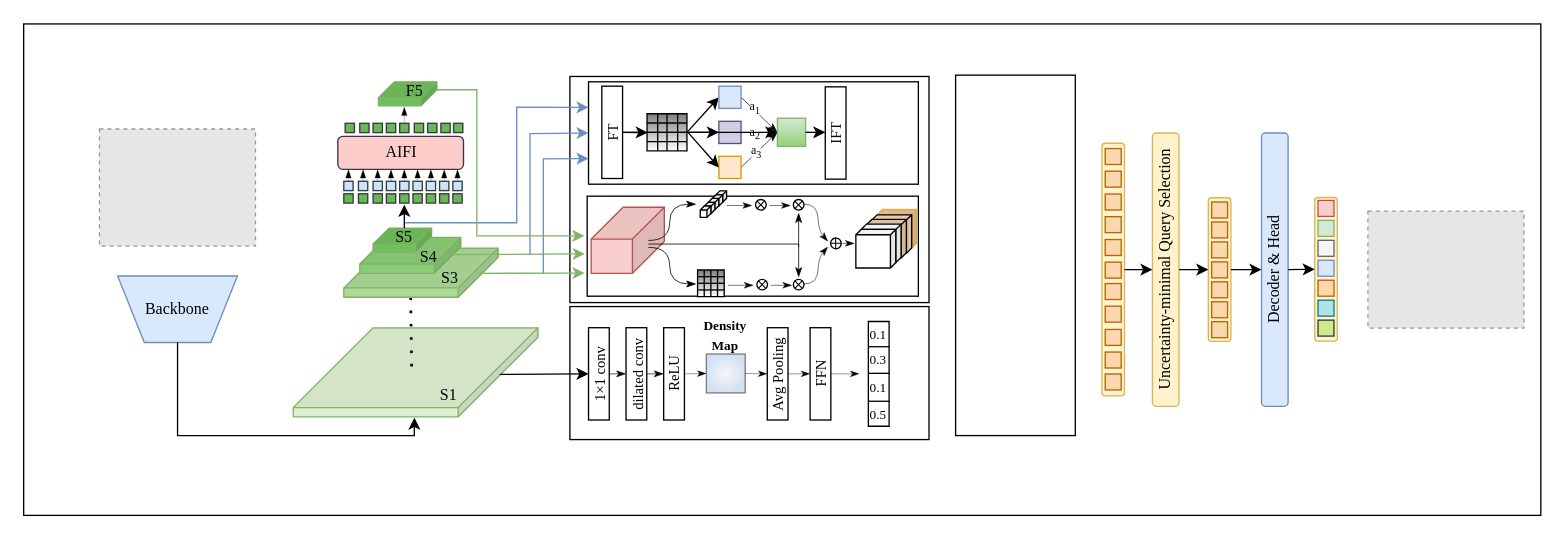
Above: DrawIO_file/毕业论文画图/HDT-DETR.drawio in DingDongZz/typera_PicGO (draw.io), before the change. Source tidied: cells renumbered, new cells numbered last; positions are measured from the earlier drawing's top-left corner, leaving out a move shared by most shapes. Both pictures are drawn from the tidied source at 133%, with x=0, y=0 at pixel (23, 23). Pictures stored in the file or linked from it are replaced by grey dashed boxes.
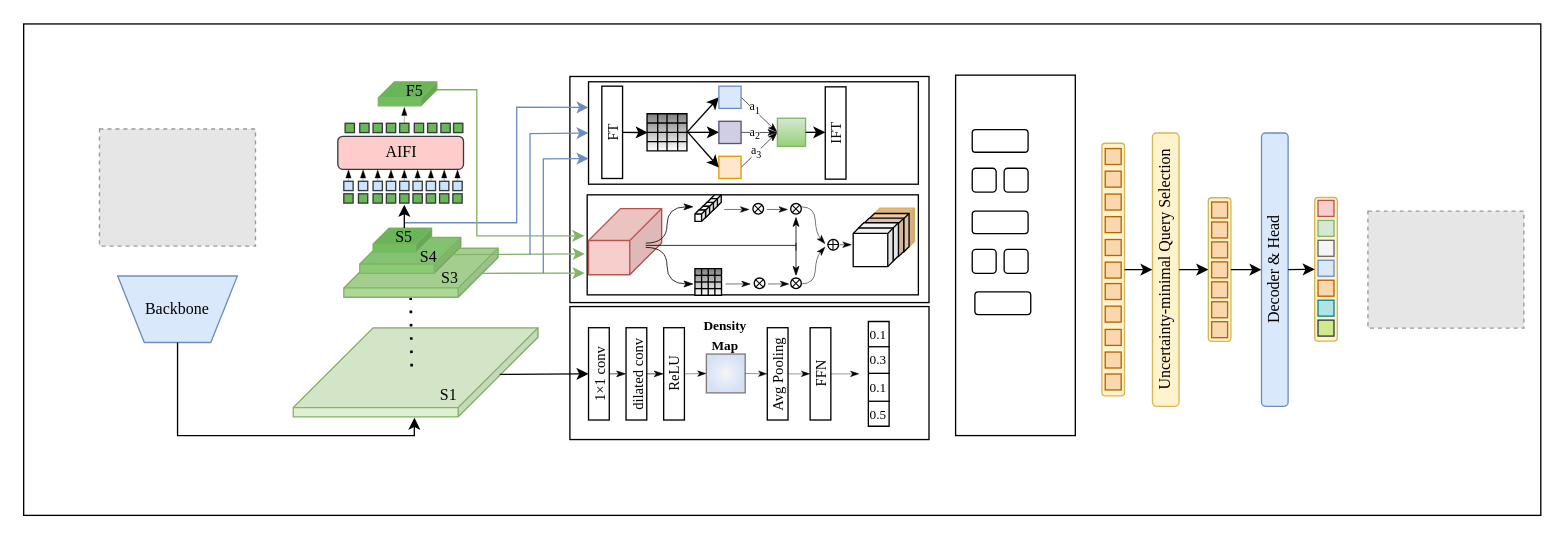
Above is the later version.

Unchanged cells that the change refers to:
```xml
<mxCell id="136" style="group;" parent="1" vertex="1">
  <mxGeometry x="425" y="44" width="248" height="77" as="geometry" />
</mxCell>
<mxCell id="138" value="&lt;p style=&quot;margin: 0px; font-variant-numeric: normal; font-variant-east-asian: normal; font-variant-alternates: normal; font-size-adjust: none; font-kerning: auto; font-optical-sizing: auto; font-feature-settings: normal; font-variation-settings: normal; font-variant-position: normal; font-variant-emoji: normal; font-stretch: normal; line-height: normal; color: rgb(14, 14, 14); text-align: start;&quot; class=&quot;p1&quot;&gt;&lt;font style=&quot;font-size: 11px;&quot; face=&quot;Times New Roman&quot;&gt;FT&lt;/font&gt;&lt;/p&gt;" style="rounded=0;whiteSpace=wrap;html=1;horizontal=0;" parent="136" vertex="1">
  <mxGeometry x="10" y="3.3" width="15.6" height="69.4" as="geometry" />
</mxCell>
<mxCell id="173" style="whiteSpace=wrap;html=1;fontStyle=1;fillColor=#d5e8d4;strokeColor=#82b366;gradientColor=#97d077;" parent="136" vertex="1">
  <mxGeometry x="142" y="27.4" width="21.2" height="21.2" as="geometry" />
</mxCell>
```

What changed in the source:
```diff
@@
     <mxCell id="18" style="rounded=0;whiteSpace=wrap;html=1;" parent="1" vertex="1">
-      <mxGeometry x="424" y="130" width="249" height="75.2" as="geometry" />
+      <mxGeometry x="424" y="129" width="249" height="75.2" as="geometry" />
     </mxCell>
@@
-    <mxCell id="176" style="edgeStyle=orthogonalEdgeStyle;rounded=0;jettySize=auto;html=1;" parent="136" edge="1" source="138" target="173">
-      <mxGeometry relative="1" as="geometry" />
-    </mxCell>
@@
-    <mxCell id="181" style="group;" parent="1" vertex="1">
-      <mxGeometry x="427" y="126" width="245" height="79.5" as="geometry" />
-    </mxCell>
+    <mxCell id="242" style="group;" parent="1" vertex="1">
+      <mxGeometry x="425" y="129" width="245" height="75.5" as="geometry" />
+    </mxCell>
-    <mxCell id="182" style="shape=cube;whiteSpace=wrap;html=1;boundedLbl=1;backgroundOutline=1;darkOpacity=0.05;darkOpacity2=0.1;size=24;flipV=0;flipH=1;fillColor=#f8cecc;strokeColor=#b85450;" parent="181" vertex="1">
-      <mxGeometry y="12.3" width="55" height="49.8" as="geometry" />
+    <mxCell id="182" style="shape=cube;whiteSpace=wrap;html=1;boundedLbl=1;backgroundOutline=1;darkOpacity=0.05;darkOpacity2=0.1;size=24;flipV=0;flipH=1;fillColor=#f8cecc;strokeColor=#b85450;" parent="242" vertex="1">
+      <mxGeometry y="10.3" width="55" height="49.8" as="geometry" />
     </mxCell>
-    <mxCell id="183" style="shape=table;startSize=0;childLayout=tableLayout;fontSize=16;gradientColor=#808080;gradientDirection=north;" parent="181" vertex="1">
-      <mxGeometry x="80" y="59.5" width="20" height="20" as="geometry" />
+    <mxCell id="183" style="shape=table;startSize=0;childLayout=tableLayout;fontSize=16;gradientColor=#808080;gradientDirection=north;" parent="242" vertex="1">
+      <mxGeometry x="80" y="55.5" width="20" height="20" as="geometry" />
     </mxCell>
@@
-    <mxCell id="204" style="group;" parent="181" vertex="1">
-      <mxGeometry x="199" y="14" width="46" height="44" as="geometry" />
+    <mxCell id="204" style="group;" parent="242" vertex="1">
+      <mxGeometry x="199" y="10" width="46" height="44" as="geometry" />
     </mxCell>
@@
-    <mxCell id="210" style="endArrow=classicThin;html=1;rounded=0;edgeStyle=orthogonalEdgeStyle;curved=1;strokeWidth=0.6;strokeColor=default;align=center;verticalAlign=middle;fontFamily=Helvetica;fontSize=11;fontColor=default;labelBackgroundColor=default;endFill=1;" parent="181" edge="1">
+    <mxCell id="210" style="endArrow=classicThin;html=1;rounded=0;edgeStyle=orthogonalEdgeStyle;curved=1;strokeWidth=0.6;strokeColor=default;align=center;verticalAlign=middle;fontFamily=Helvetica;fontSize=11;fontColor=default;labelBackgroundColor=default;endFill=1;" parent="242" edge="1">
       <mxGeometry relative="1" as="geometry">
-        <mxPoint x="43" y="37.3" as="sourcePoint" />
-        <mxPoint x="79" y="10" as="targetPoint" />
+        <mxPoint x="43" y="36.3" as="sourcePoint" />
+        <mxPoint x="79" y="9" as="targetPoint" />
         <Array as="points">
-          <mxPoint x="59" y="37" />
-          <mxPoint x="59" y="10" />
+          <mxPoint x="59" y="36" />
+          <mxPoint x="59" y="9" />
         </Array>
       </mxGeometry>
     </mxCell>
-    <mxCell id="211" style="endArrow=classicThin;html=1;rounded=0;edgeStyle=orthogonalEdgeStyle;curved=1;strokeWidth=0.6;strokeColor=default;align=center;verticalAlign=middle;fontFamily=Helvetica;fontSize=11;fontColor=default;labelBackgroundColor=default;endFill=1;" parent="181" edge="1">
+    <mxCell id="211" style="endArrow=classicThin;html=1;rounded=0;edgeStyle=orthogonalEdgeStyle;curved=1;strokeWidth=0.6;strokeColor=default;align=center;verticalAlign=middle;fontFamily=Helvetica;fontSize=11;fontColor=default;labelBackgroundColor=default;endFill=1;" parent="242" edge="1">
       <mxGeometry relative="1" as="geometry">
-        <mxPoint x="43" y="42.5" as="sourcePoint" />
-        <mxPoint x="79" y="70" as="targetPoint" />
+        <mxPoint x="43" y="39.5" as="sourcePoint" />
+        <mxPoint x="79" y="67" as="targetPoint" />
         <Array as="points">
-          <mxPoint x="59" y="42.8" />
-          <mxPoint x="59" y="69.8" />
+          <mxPoint x="59" y="39.8" />
+          <mxPoint x="59" y="66.8" />
         </Array>
       </mxGeometry>
     </mxCell>
-    <mxCell id="212" style="endArrow=classicThin;html=1;rounded=0;strokeWidth=0.4;strokeColor=default;align=center;verticalAlign=middle;fontFamily=Helvetica;fontSize=11;fontColor=default;labelBackgroundColor=default;endFill=1;" parent="181" edge="1">
+    <mxCell id="212" style="endArrow=classicThin;html=1;rounded=0;strokeWidth=0.4;strokeColor=default;align=center;verticalAlign=middle;fontFamily=Helvetica;fontSize=11;fontColor=default;labelBackgroundColor=default;endFill=1;" parent="242" edge="1">
       <mxGeometry relative="1" as="geometry">
         <mxPoint x="102" y="11" as="sourcePoint" />
         <mxPoint x="121" y="11" as="targetPoint" />
       </mxGeometry>
     </mxCell>
-    <mxCell id="213" style="endArrow=classicThin;html=1;rounded=0;strokeWidth=0.4;strokeColor=default;align=center;verticalAlign=middle;fontFamily=Helvetica;fontSize=11;fontColor=default;labelBackgroundColor=default;endFill=1;" parent="181" edge="1">
+    <mxCell id="213" style="endArrow=classicThin;html=1;rounded=0;strokeWidth=0.4;strokeColor=default;align=center;verticalAlign=middle;fontFamily=Helvetica;fontSize=11;fontColor=default;labelBackgroundColor=default;endFill=1;" parent="242" edge="1">
       <mxGeometry relative="1" as="geometry">
         <mxPoint x="134" y="11" as="sourcePoint" />
         <mxPoint x="150" y="11" as="targetPoint" />
       </mxGeometry>
     </mxCell>
-    <mxCell id="214" style="group;" parent="181" vertex="1">
+    <mxCell id="214" style="group;" parent="242" vertex="1">
       <mxGeometry x="123.6" y="6.5" width="8" height="8" as="geometry" />
     </mxCell>
@@
-    <mxCell id="217" style="group;" parent="181" vertex="1">
+    <mxCell id="217" style="group;" parent="242" vertex="1">
       <mxGeometry x="152" y="6.5" width="8" height="8" as="geometry" />
     </mxCell>
@@
-    <mxCell id="220" style="shape=cube;whiteSpace=wrap;html=1;boundedLbl=1;backgroundOutline=1;darkOpacity=0.05;darkOpacity2=0.1;size=3;flipV=0;flipH=1;" parent="181" vertex="1">
-      <mxGeometry x="93.8" width="8" height="8.6" as="geometry" />
+    <mxCell id="220" style="shape=cube;whiteSpace=wrap;html=1;boundedLbl=1;backgroundOutline=1;darkOpacity=0.05;darkOpacity2=0.1;size=3;flipV=0;flipH=1;" parent="242" vertex="1">
+      <mxGeometry x="91.8" width="8" height="8.6" as="geometry" />
     </mxCell>
-    <mxCell id="221" style="shape=cube;whiteSpace=wrap;html=1;boundedLbl=1;backgroundOutline=1;darkOpacity=0.05;darkOpacity2=0.1;size=3;flipV=0;flipH=1;" parent="181" vertex="1">
-      <mxGeometry x="90.9" y="2.9" width="8" height="8.6" as="geometry" />
+    <mxCell id="221" style="shape=cube;whiteSpace=wrap;html=1;boundedLbl=1;backgroundOutline=1;darkOpacity=0.05;darkOpacity2=0.1;size=3;flipV=0;flipH=1;" parent="242" vertex="1">
+      <mxGeometry x="88.9" y="2.9" width="8" height="8.6" as="geometry" />
     </mxCell>
-    <mxCell id="222" style="shape=cube;whiteSpace=wrap;html=1;boundedLbl=1;backgroundOutline=1;darkOpacity=0.05;darkOpacity2=0.1;size=3;flipV=0;flipH=1;" parent="181" vertex="1">
-      <mxGeometry x="87.9" y="5.7" width="8" height="8.6" as="geometry" />
+    <mxCell id="222" style="shape=cube;whiteSpace=wrap;html=1;boundedLbl=1;backgroundOutline=1;darkOpacity=0.05;darkOpacity2=0.1;size=3;flipV=0;flipH=1;" parent="242" vertex="1">
+      <mxGeometry x="85.9" y="5.7" width="8" height="8.6" as="geometry" />
     </mxCell>
-    <mxCell id="223" style="shape=cube;whiteSpace=wrap;html=1;boundedLbl=1;backgroundOutline=1;darkOpacity=0.05;darkOpacity2=0.1;size=3;flipV=0;flipH=1;" parent="181" vertex="1">
-      <mxGeometry x="85" y="8.6" width="8" height="8.6" as="geometry" />
+    <mxCell id="223" style="shape=cube;whiteSpace=wrap;html=1;boundedLbl=1;backgroundOutline=1;darkOpacity=0.05;darkOpacity2=0.1;size=3;flipV=0;flipH=1;" parent="242" vertex="1">
+      <mxGeometry x="83" y="8.6" width="8" height="8.6" as="geometry" />
     </mxCell>
-    <mxCell id="224" style="shape=cube;whiteSpace=wrap;html=1;boundedLbl=1;backgroundOutline=1;darkOpacity=0.05;darkOpacity2=0.1;size=3;flipV=0;flipH=1;" parent="181" vertex="1">
-      <mxGeometry x="82" y="11.4" width="8" height="8.6" as="geometry" />
+    <mxCell id="224" style="shape=cube;whiteSpace=wrap;html=1;boundedLbl=1;backgroundOutline=1;darkOpacity=0.05;darkOpacity2=0.1;size=3;flipV=0;flipH=1;" parent="242" vertex="1">
+      <mxGeometry x="80" y="11.4" width="8" height="8.6" as="geometry" />
     </mxCell>
-    <mxCell id="225" style="endArrow=none;html=1;rounded=0;strokeColor=default;align=center;verticalAlign=middle;fontFamily=Helvetica;fontSize=11;fontColor=default;labelBackgroundColor=default;strokeWidth=0.6;" parent="181" edge="1">
+    <mxCell id="225" style="endArrow=none;html=1;rounded=0;strokeColor=default;align=center;verticalAlign=middle;fontFamily=Helvetica;fontSize=11;fontColor=default;labelBackgroundColor=default;strokeWidth=0.6;" parent="242" edge="1">
       <mxGeometry relative="1" as="geometry">
-        <mxPoint x="43" y="40" as="sourcePoint" />
-        <mxPoint x="156" y="40" as="targetPoint" />
+        <mxPoint x="43" y="38" as="sourcePoint" />
+        <mxPoint x="156" y="38" as="targetPoint" />
       </mxGeometry>
     </mxCell>
-    <mxCell id="226" style="endArrow=classicThin;html=1;rounded=0;strokeColor=default;align=center;verticalAlign=middle;fontFamily=Helvetica;fontSize=11;fontColor=default;labelBackgroundColor=default;entryX=0.5;entryY=1;entryDx=0;entryDy=0;strokeWidth=0.6;endFill=1;edgeStyle=orthogonalEdgeStyle;curved=1;" parent="181" edge="1">
+    <mxCell id="226" style="endArrow=classicThin;html=1;rounded=0;strokeColor=default;align=center;verticalAlign=middle;fontFamily=Helvetica;fontSize=11;fontColor=default;labelBackgroundColor=default;entryX=0.5;entryY=1;entryDx=0;entryDy=0;strokeWidth=0.6;endFill=1;edgeStyle=orthogonalEdgeStyle;curved=1;" parent="242" edge="1">
       <mxGeometry relative="1" as="geometry">
         <mxPoint x="156" y="42" as="sourcePoint" />
         <mxPoint x="156" y="16.5" as="targetPoint" />
       </mxGeometry>
     </mxCell>
-    <mxCell id="227" style="endArrow=classicThin;html=1;rounded=0;strokeColor=default;align=center;verticalAlign=middle;fontFamily=Helvetica;fontSize=11;fontColor=default;labelBackgroundColor=default;entryX=0.5;entryY=1;entryDx=0;entryDy=0;strokeWidth=0.6;endFill=1;edgeStyle=orthogonalEdgeStyle;curved=1;" parent="181" edge="1">
+    <mxCell id="227" style="endArrow=classicThin;html=1;rounded=0;strokeColor=default;align=center;verticalAlign=middle;fontFamily=Helvetica;fontSize=11;fontColor=default;labelBackgroundColor=default;entryX=0.5;entryY=1;entryDx=0;entryDy=0;strokeWidth=0.6;endFill=1;edgeStyle=orthogonalEdgeStyle;curved=1;" parent="242" edge="1">
       <mxGeometry relative="1" as="geometry">
-        <mxPoint x="156" y="40" as="sourcePoint" />
-        <mxPoint x="156" y="65" as="targetPoint" />
+        <mxPoint x="156" y="36" as="sourcePoint" />
+        <mxPoint x="156" y="61" as="targetPoint" />
       </mxGeometry>
     </mxCell>
-    <mxCell id="228" style="endArrow=classicThin;html=1;rounded=0;strokeWidth=0.4;strokeColor=default;align=center;verticalAlign=middle;fontFamily=Helvetica;fontSize=11;fontColor=default;labelBackgroundColor=default;endFill=1;" parent="181" edge="1">
+    <mxCell id="228" style="endArrow=classicThin;html=1;rounded=0;strokeWidth=0.4;strokeColor=default;align=center;verticalAlign=middle;fontFamily=Helvetica;fontSize=11;fontColor=default;labelBackgroundColor=default;endFill=1;" parent="242" edge="1">
       <mxGeometry relative="1" as="geometry">
-        <mxPoint x="103" y="71" as="sourcePoint" />
-        <mxPoint x="122" y="71" as="targetPoint" />
+        <mxPoint x="103" y="67" as="sourcePoint" />
+        <mxPoint x="122" y="67" as="targetPoint" />
       </mxGeometry>
     </mxCell>
-    <mxCell id="229" style="endArrow=classicThin;html=1;rounded=0;strokeWidth=0.4;strokeColor=default;align=center;verticalAlign=middle;fontFamily=Helvetica;fontSize=11;fontColor=default;labelBackgroundColor=default;endFill=1;" parent="181" edge="1">
+    <mxCell id="229" style="endArrow=classicThin;html=1;rounded=0;strokeWidth=0.4;strokeColor=default;align=center;verticalAlign=middle;fontFamily=Helvetica;fontSize=11;fontColor=default;labelBackgroundColor=default;endFill=1;" parent="242" edge="1">
       <mxGeometry relative="1" as="geometry">
-        <mxPoint x="135" y="71" as="sourcePoint" />
-        <mxPoint x="151" y="71" as="targetPoint" />
+        <mxPoint x="135" y="67" as="sourcePoint" />
+        <mxPoint x="151" y="67" as="targetPoint" />
       </mxGeometry>
     </mxCell>
-    <mxCell id="230" style="group;" parent="181" vertex="1">
-      <mxGeometry x="124.6" y="66.5" width="8" height="8" as="geometry" />
+    <mxCell id="230" style="group;" parent="242" vertex="1">
+      <mxGeometry x="124.6" y="62.5" width="8" height="8" as="geometry" />
     </mxCell>
@@
-    <mxCell id="233" style="group;" parent="181" vertex="1">
-      <mxGeometry x="152" y="66.5" width="8" height="8" as="geometry" />
+    <mxCell id="233" style="group;" parent="242" vertex="1">
+      <mxGeometry x="152" y="62.5" width="8" height="8" as="geometry" />
     </mxCell>
@@
-    <mxCell id="236" style="curved=1;endArrow=classicThin;html=1;rounded=0;strokeColor=default;align=center;verticalAlign=middle;fontFamily=Helvetica;fontSize=11;fontColor=default;labelBackgroundColor=default;startFill=0;entryX=0;entryY=0.746;entryDx=0;entryDy=0;entryPerimeter=0;strokeWidth=0.4;endFill=1;" parent="181" edge="1">
+    <mxCell id="236" style="curved=1;endArrow=classicThin;html=1;rounded=0;strokeColor=default;align=center;verticalAlign=middle;fontFamily=Helvetica;fontSize=11;fontColor=default;labelBackgroundColor=default;startFill=0;entryX=0;entryY=0.746;entryDx=0;entryDy=0;entryPerimeter=0;strokeWidth=0.4;endFill=1;" parent="242" edge="1">
       <mxGeometry relative="1" as="geometry">
-        <mxPoint x="160" y="10" as="sourcePoint" />
-        <mxPoint x="178" y="38" as="targetPoint" />
+        <mxPoint x="160" y="9" as="sourcePoint" />
+        <mxPoint x="178" y="37" as="targetPoint" />
         <Array as="points">
-          <mxPoint x="170" y="10" />
-          <mxPoint x="171" y="30" />
+          <mxPoint x="170" y="9" />
+          <mxPoint x="171" y="29" />
         </Array>
       </mxGeometry>
     </mxCell>
-    <mxCell id="237" style="group;" parent="181" vertex="1">
-      <mxGeometry x="178.5" y="34" width="10.9" height="10.9" as="geometry" />
+    <mxCell id="237" style="group;" parent="242" vertex="1">
+      <mxGeometry x="178.5" y="32" width="10.9" height="10.9" as="geometry" />
     </mxCell>
@@
-    <mxCell id="240" style="endArrow=classicThin;html=1;rounded=0;strokeWidth=0.4;strokeColor=default;align=center;verticalAlign=middle;fontFamily=Helvetica;fontSize=11;fontColor=default;labelBackgroundColor=default;endFill=1;" parent="181" edge="1">
+    <mxCell id="240" style="endArrow=classicThin;html=1;rounded=0;strokeWidth=0.4;strokeColor=default;align=center;verticalAlign=middle;fontFamily=Helvetica;fontSize=11;fontColor=default;labelBackgroundColor=default;endFill=1;" parent="242" edge="1">
       <mxGeometry relative="1" as="geometry">
-        <mxPoint x="189" y="39.5" as="sourcePoint" />
-        <mxPoint x="198" y="39.5" as="targetPoint" />
+        <mxPoint x="189" y="37.5" as="sourcePoint" />
+        <mxPoint x="198" y="37.5" as="targetPoint" />
       </mxGeometry>
     </mxCell>
-    <mxCell id="241" style="curved=1;endArrow=classicThin;html=1;rounded=0;strokeColor=default;align=center;verticalAlign=middle;fontFamily=Helvetica;fontSize=11;fontColor=default;labelBackgroundColor=default;startFill=0;entryX=0;entryY=0.746;entryDx=0;entryDy=0;entryPerimeter=0;strokeWidth=0.4;endFill=1;" parent="181" edge="1">
+    <mxCell id="241" style="curved=1;endArrow=classicThin;html=1;rounded=0;strokeColor=default;align=center;verticalAlign=middle;fontFamily=Helvetica;fontSize=11;fontColor=default;labelBackgroundColor=default;startFill=0;entryX=0;entryY=0.746;entryDx=0;entryDy=0;entryPerimeter=0;strokeWidth=0.4;endFill=1;" parent="242" edge="1">
       <mxGeometry relative="1" as="geometry">
-        <mxPoint x="160" y="70" as="sourcePoint" />
-        <mxPoint x="178" y="42" as="targetPoint" />
+        <mxPoint x="160" y="67" as="sourcePoint" />
+        <mxPoint x="178" y="39" as="targetPoint" />
         <Array as="points">
-          <mxPoint x="170" y="70" />
-          <mxPoint x="171" y="50" />
+          <mxPoint x="170" y="67" />
+          <mxPoint x="171" y="47" />
         </Array>
       </mxGeometry>
     </mxCell>
+    <mxCell id="243" style="rounded=1;whiteSpace=wrap;html=1;fontFamily=Helvetica;fontSize=11;fontColor=default;labelBackgroundColor=default;" parent="1" vertex="1">
+      <mxGeometry x="713.5" y="80" width="42" height="17" as="geometry" />
+    </mxCell>
+    <mxCell id="244" style="rounded=1;whiteSpace=wrap;html=1;fontFamily=Helvetica;fontSize=11;fontColor=default;labelBackgroundColor=default;" parent="1" vertex="1">
+      <mxGeometry x="713.5" y="141.2" width="42" height="17" as="geometry" />
+    </mxCell>
+    <mxCell id="245" style="rounded=1;whiteSpace=wrap;html=1;fontFamily=Helvetica;fontSize=11;fontColor=default;labelBackgroundColor=default;" parent="1" vertex="1">
+      <mxGeometry x="715.5" y="202" width="42" height="17" as="geometry" />
+    </mxCell>
+    <mxCell id="246" style="rounded=1;whiteSpace=wrap;html=1;fontFamily=Helvetica;fontSize=11;fontColor=default;labelBackgroundColor=default;" parent="1" vertex="1">
+      <mxGeometry x="737.5" y="109" width="18" height="18" as="geometry" />
+    </mxCell>
+    <mxCell id="247" style="rounded=1;whiteSpace=wrap;html=1;fontFamily=Helvetica;fontSize=11;fontColor=default;labelBackgroundColor=default;" parent="1" vertex="1">
+      <mxGeometry x="713.5" y="109" width="18" height="18" as="geometry" />
+    </mxCell>
+    <mxCell id="248" style="rounded=1;whiteSpace=wrap;html=1;fontFamily=Helvetica;fontSize=11;fontColor=default;labelBackgroundColor=default;" parent="1" vertex="1">
+      <mxGeometry x="737.5" y="170" width="18" height="18" as="geometry" />
+    </mxCell>
+    <mxCell id="249" style="rounded=1;whiteSpace=wrap;html=1;fontFamily=Helvetica;fontSize=11;fontColor=default;labelBackgroundColor=default;" parent="1" vertex="1">
+      <mxGeometry x="713.5" y="170" width="18" height="18" as="geometry" />
+    </mxCell>
+    <mxCell id="250" style="edgeStyle=none;shape=connector;rounded=0;orthogonalLoop=1;jettySize=auto;html=1;exitX=0;exitY=0.5;exitDx=0;exitDy=0;strokeColor=default;align=center;verticalAlign=middle;fontFamily=Helvetica;fontSize=11;fontColor=default;labelBackgroundColor=default;endArrow=none;" parent="1" edge="1" source="248" target="248">
+      <mxGeometry relative="1" as="geometry" />
+    </mxCell>
```
